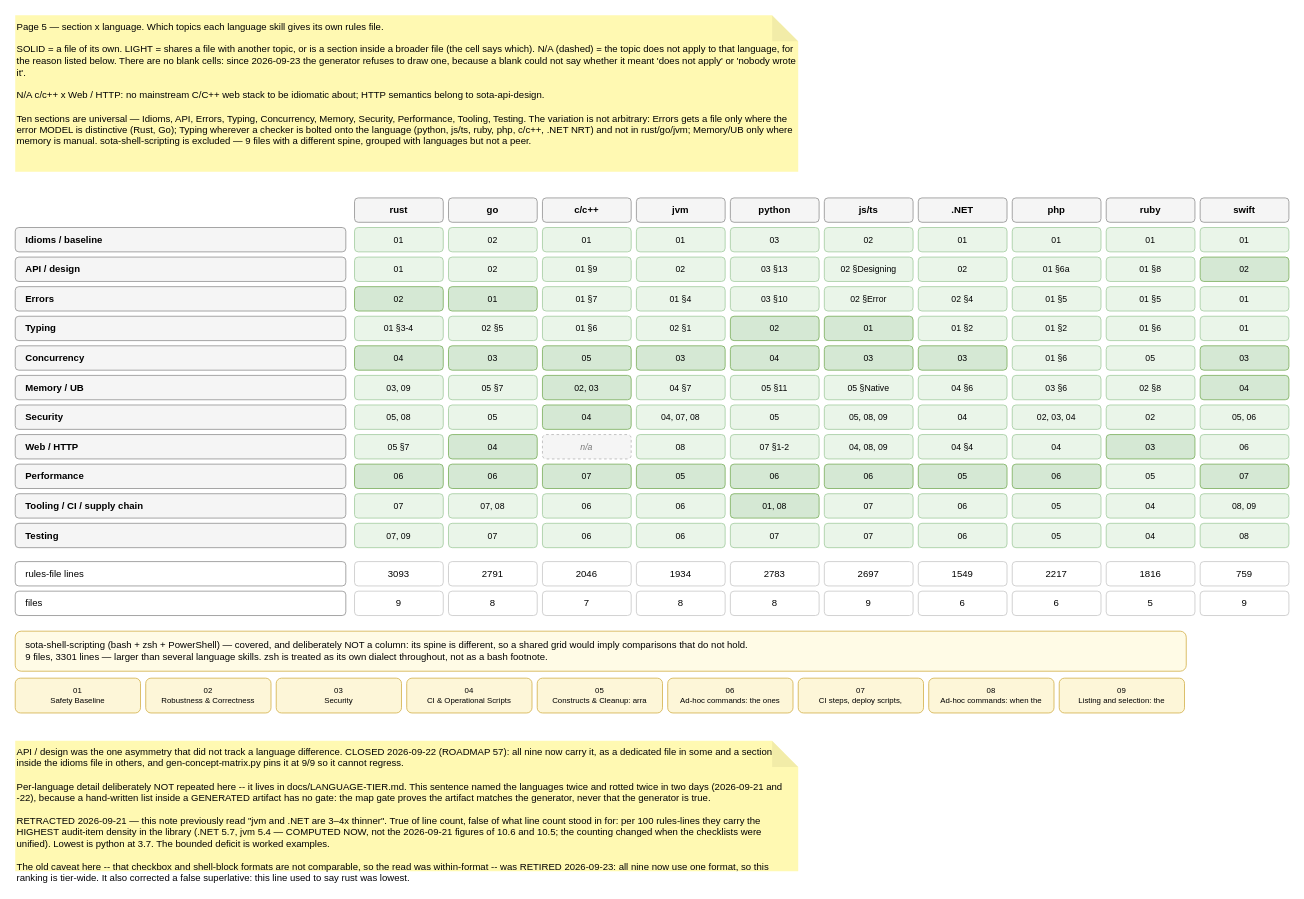
The draw.io diagram page "5 · Section x language" (5 of 8) of docs/skill-map.drawio in martinholovsky/SOTA-skills, before the edit. Source tidied: cells renumbered, new cells numbered last; positions are measured from the earlier drawing's top-left corner, leaving out a move shared by most shapes. Both pictures are drawn from the tidied source at 87%, with x=0, y=0 at pixel (15, 15).
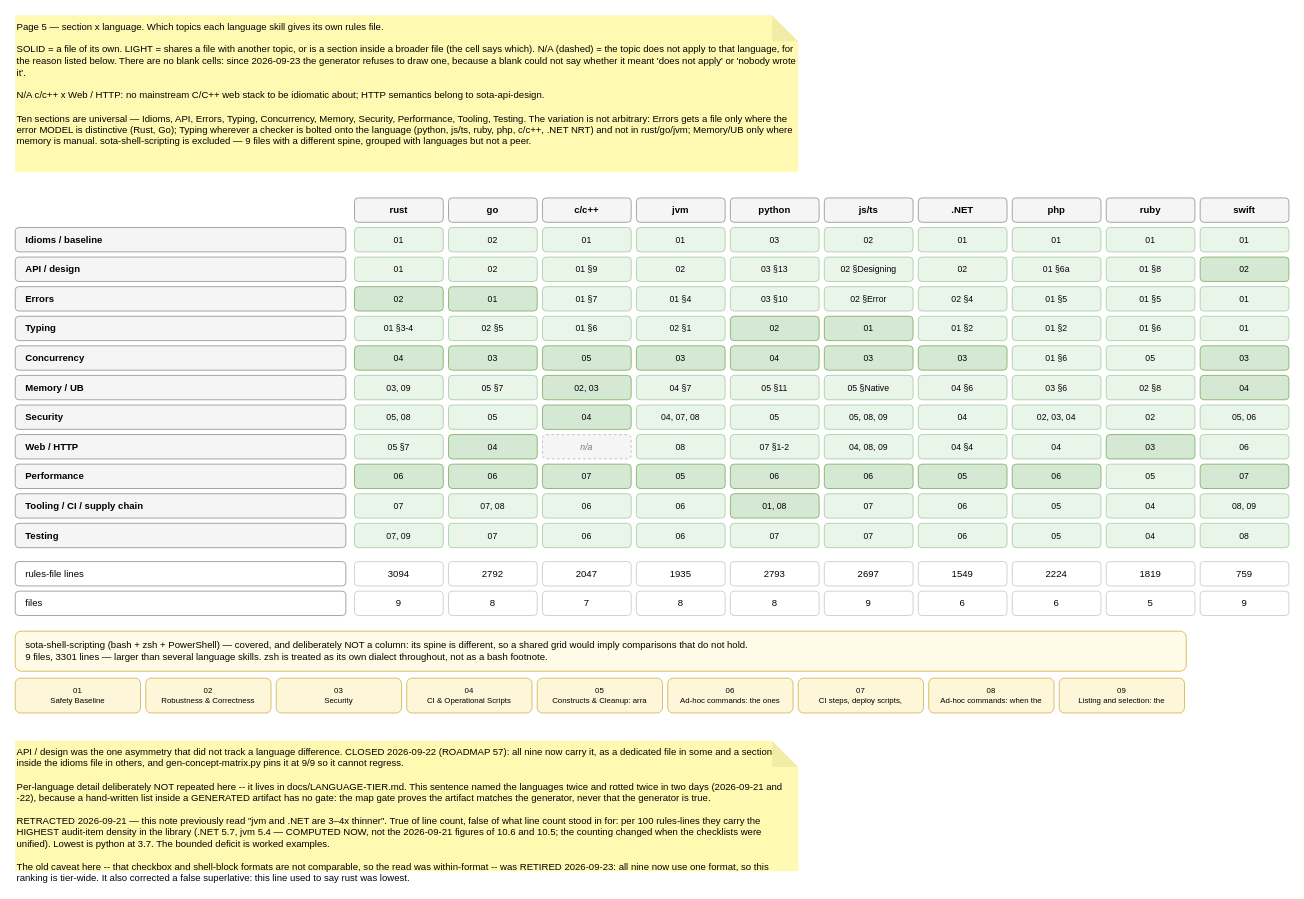
The same diagram, later.

Diff of the diagram source:
```diff
@@
-    <mxCell id="135" value="3093" style="rounded=1;whiteSpace=wrap;html=1;fontSize=11;fillColor=#ffffff;strokeColor=#cccccc;fontSize=11;" parent="1" vertex="1">
+    <mxCell id="135" value="3094" style="rounded=1;whiteSpace=wrap;html=1;fontSize=11;fillColor=#ffffff;strokeColor=#cccccc;fontSize=11;" parent="1" vertex="1">
       <mxGeometry x="390" y="628" width="102" height="28" as="geometry" />
     </mxCell>
-    <mxCell id="136" value="2791" style="rounded=1;whiteSpace=wrap;html=1;fontSize=11;fillColor=#ffffff;strokeColor=#cccccc;fontSize=11;" parent="1" vertex="1">
+    <mxCell id="136" value="2792" style="rounded=1;whiteSpace=wrap;html=1;fontSize=11;fillColor=#ffffff;strokeColor=#cccccc;fontSize=11;" parent="1" vertex="1">
       <mxGeometry x="498" y="628" width="102" height="28" as="geometry" />
     </mxCell>
-    <mxCell id="137" value="2046" style="rounded=1;whiteSpace=wrap;html=1;fontSize=11;fillColor=#ffffff;strokeColor=#cccccc;fontSize=11;" parent="1" vertex="1">
+    <mxCell id="137" value="2047" style="rounded=1;whiteSpace=wrap;html=1;fontSize=11;fillColor=#ffffff;strokeColor=#cccccc;fontSize=11;" parent="1" vertex="1">
       <mxGeometry x="606" y="628" width="102" height="28" as="geometry" />
     </mxCell>
-    <mxCell id="138" value="1934" style="rounded=1;whiteSpace=wrap;html=1;fontSize=11;fillColor=#ffffff;strokeColor=#cccccc;fontSize=11;" parent="1" vertex="1">
+    <mxCell id="138" value="1935" style="rounded=1;whiteSpace=wrap;html=1;fontSize=11;fillColor=#ffffff;strokeColor=#cccccc;fontSize=11;" parent="1" vertex="1">
       <mxGeometry x="714" y="628" width="102" height="28" as="geometry" />
     </mxCell>
-    <mxCell id="139" value="2783" style="rounded=1;whiteSpace=wrap;html=1;fontSize=11;fillColor=#ffffff;strokeColor=#cccccc;fontSize=11;" parent="1" vertex="1">
+    <mxCell id="139" value="2793" style="rounded=1;whiteSpace=wrap;html=1;fontSize=11;fillColor=#ffffff;strokeColor=#cccccc;fontSize=11;" parent="1" vertex="1">
       <mxGeometry x="822" y="628" width="102" height="28" as="geometry" />
     </mxCell>
@@
-    <mxCell id="142" value="2217" style="rounded=1;whiteSpace=wrap;html=1;fontSize=11;fillColor=#ffffff;strokeColor=#cccccc;fontSize=11;" parent="1" vertex="1">
+    <mxCell id="142" value="2224" style="rounded=1;whiteSpace=wrap;html=1;fontSize=11;fillColor=#ffffff;strokeColor=#cccccc;fontSize=11;" parent="1" vertex="1">
       <mxGeometry x="1146" y="628" width="102" height="28" as="geometry" />
     </mxCell>
-    <mxCell id="143" value="1816" style="rounded=1;whiteSpace=wrap;html=1;fontSize=11;fillColor=#ffffff;strokeColor=#cccccc;fontSize=11;" parent="1" vertex="1">
+    <mxCell id="143" value="1819" style="rounded=1;whiteSpace=wrap;html=1;fontSize=11;fillColor=#ffffff;strokeColor=#cccccc;fontSize=11;" parent="1" vertex="1">
       <mxGeometry x="1254" y="628" width="102" height="28" as="geometry" />
     </mxCell>
```
